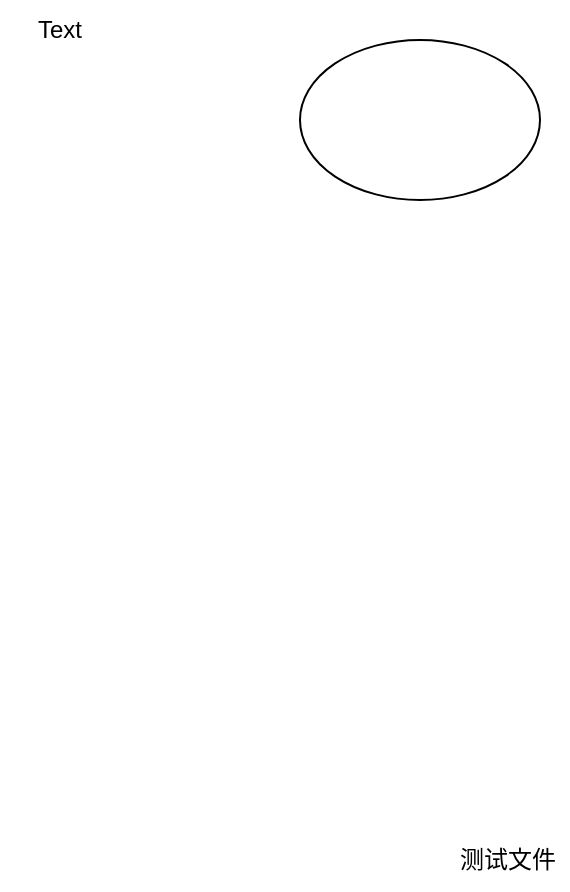
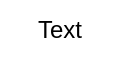
<mxfile host="app.diagrams.net">
  <diagram name="第 1 页" id="GX-yRB2pFLCUUed2IjMN">
    <mxGraphModel dx="1460" dy="894" grid="1" gridSize="10" guides="1" tooltips="1" connect="1" arrows="1" fold="1" page="1" pageScale="1" pageWidth="827" pageHeight="1169" math="0" shadow="0">
      <root>
        <mxCell id="0" />
        <mxCell id="1" parent="0" />
        <mxCell id="BCiHQ_fQE1cKTeHiKjde-1" parent="1" style="text;html=1;whiteSpace=wrap;strokeColor=none;fillColor=none;align=center;verticalAlign=middle;rounded=0;" value="Text" vertex="1">
          <mxGeometry height="30" width="60" x="190" y="170" as="geometry" />
        </mxCell>
-         <mxCell id="XIZ4hkpOC5nF-9Pc7O8C-1" parent="1" style="ellipse;whiteSpace=wrap;html=1;" value="" vertex="1">
-           <mxGeometry height="80" width="120" x="340" y="190" as="geometry" />
-         </mxCell>
-         <mxCell id="XIZ4hkpOC5nF-9Pc7O8C-5" parent="1" style="text;html=1;whiteSpace=wrap;strokeColor=none;fillColor=none;align=center;verticalAlign=middle;rounded=0;" value="测试文件" vertex="1">
-           <mxGeometry height="30" width="60" x="414" y="585" as="geometry" />
-         </mxCell>
      </root>
    </mxGraphModel>
  </diagram>
</mxfile>
